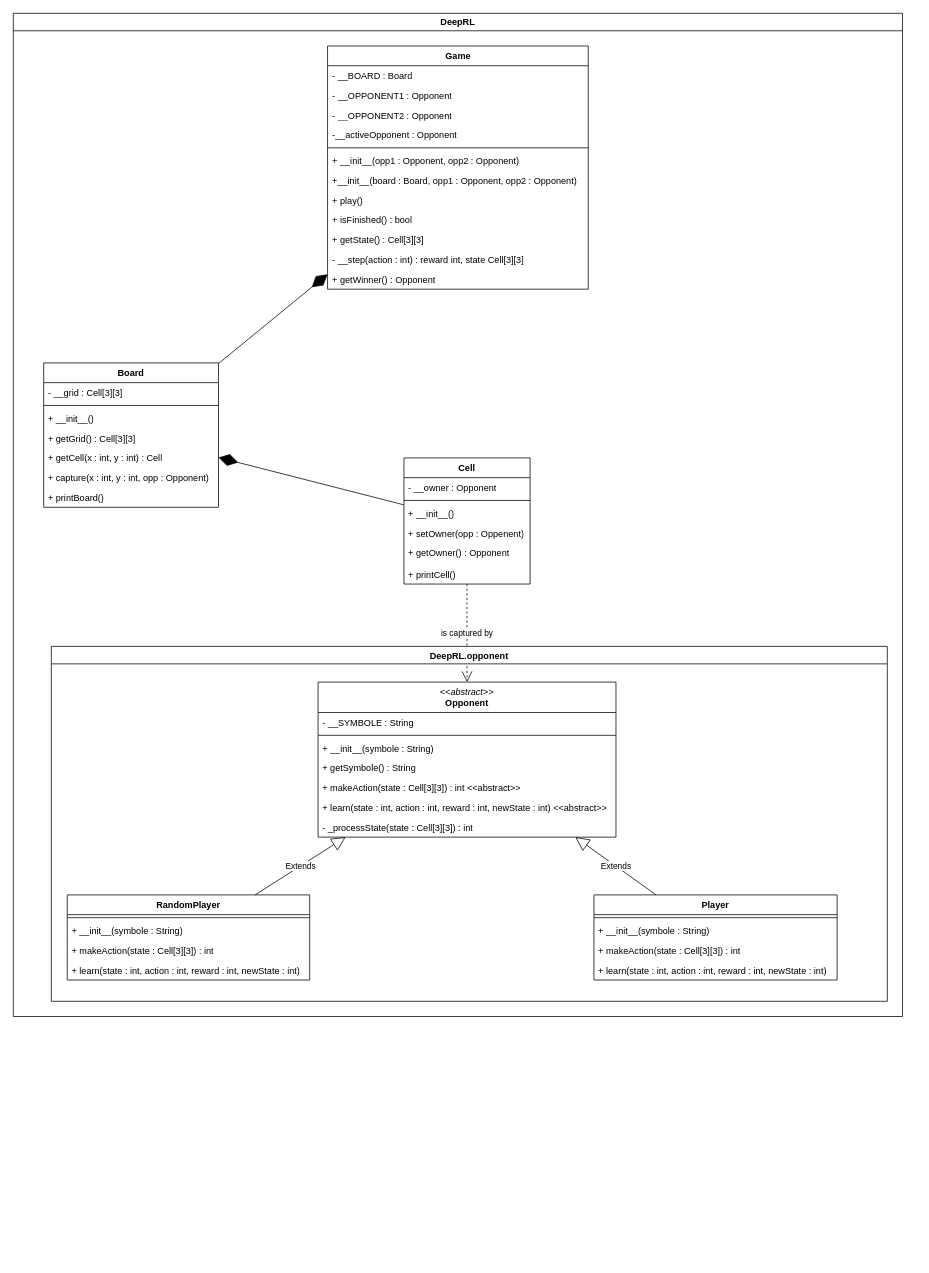
Above: uml/DRL project.drawio in Enzo-Claeyssen/Q-Learning_for_Tic_Tac_Toe (draw.io), before the change. Source tidied: cells renumbered, new cells numbered last; positions are measured from the earlier drawing's top-left corner, leaving out a move shared by most shapes. Both pictures are drawn from the tidied source at 76%, with x=0, y=0 at pixel (13, 13).
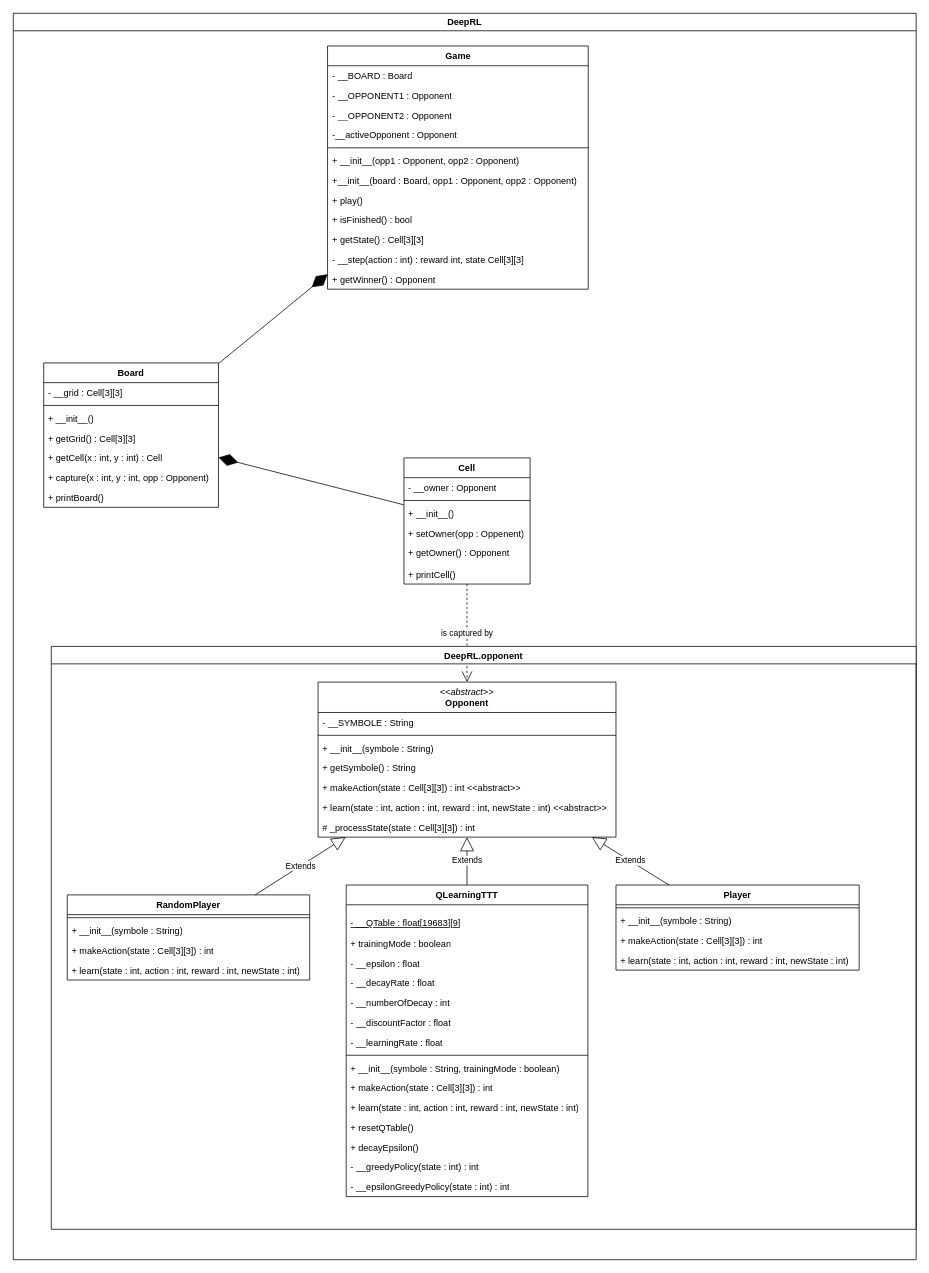
The same diagram, later.

Commit message (it also covers changes not shown here):
Finished UML and Doc for v0.1 and v0.2

Unchanged cells that the change refers to:
```xml
<mxCell id="45" value="&lt;span style=&quot;font-weight: normal;&quot;&gt;&lt;i&gt;&amp;lt;&amp;lt;abstract&amp;gt;&amp;gt;&lt;/i&gt;&lt;/span&gt;&lt;br&gt;Opponent" style="swimlane;fontStyle=1;align=center;verticalAlign=top;horizontal=1;startSize=40;whiteSpace=wrap;html=1;" parent="34" vertex="1">
  <mxGeometry x="351" y="47" width="392" height="204" as="geometry" />
</mxCell>
```

What changed in the source:
```diff
@@
     <mxCell id="2" value="DeepRL" style="swimlane;" parent="1" vertex="1">
-      <mxGeometry width="1170" height="1320" as="geometry" />
+      <mxGeometry width="1188" height="1640" as="geometry" />
     </mxCell>
@@
     <mxCell id="34" value="DeepRL.opponent" style="swimlane;" parent="2" vertex="1">
-      <mxGeometry x="50" y="833" width="1100" height="467" as="geometry" />
+      <mxGeometry x="50" y="833" width="1138" height="767" as="geometry" />
     </mxCell>
@@
     <mxCell id="40" value="Player" style="swimlane;fontStyle=1;align=center;verticalAlign=top;horizontal=1;startSize=26;whiteSpace=wrap;html=1;" parent="34" vertex="1">
-      <mxGeometry x="714" y="327" width="320" height="112" as="geometry" />
+      <mxGeometry x="743" y="314" width="320" height="112" as="geometry" />
     </mxCell>
@@
-    <mxCell id="52" value="- _processState(state : Cell[3][3]) : int" style="text;strokeColor=none;fillColor=none;align=left;verticalAlign=top;spacingLeft=4;spacingRight=4;overflow=hidden;whiteSpace=wrap;html=1;" parent="45" vertex="1">
+    <mxCell id="52" value="# _processState(state : Cell[3][3]) : int" style="text;strokeColor=none;fillColor=none;align=left;verticalAlign=top;spacingLeft=4;spacingRight=4;overflow=hidden;whiteSpace=wrap;html=1;" parent="45" vertex="1">
       <mxGeometry y="178" width="392" height="26" as="geometry" />
     </mxCell>
@@
+    <mxCell id="55" value="QLearningTTT" style="swimlane;fontStyle=1;align=center;verticalAlign=top;horizontal=1;startSize=26;whiteSpace=wrap;html=1;" parent="34" vertex="1">
+      <mxGeometry x="388" y="314" width="318" height="410" as="geometry" />
+    </mxCell>
+    <mxCell id="56" value="&lt;p style=&quot;line-height: 100%;&quot;&gt;&lt;u&gt;- __QTable : float[19683][9]&lt;/u&gt;&lt;/p&gt;" style="text;strokeColor=none;fillColor=none;align=left;verticalAlign=top;spacingLeft=4;spacingRight=4;overflow=hidden;whiteSpace=wrap;html=1;" parent="55" vertex="1">
+      <mxGeometry y="26" width="318" height="38" as="geometry" />
+    </mxCell>
+    <mxCell id="57" value="+ trainingMode : boolean" style="text;strokeColor=none;fillColor=none;align=left;verticalAlign=top;spacingLeft=4;spacingRight=4;overflow=hidden;whiteSpace=wrap;html=1;" parent="55" vertex="1">
+      <mxGeometry y="64" width="318" height="26" as="geometry" />
+    </mxCell>
+    <mxCell id="58" value="- __epsilon : float" style="text;strokeColor=none;fillColor=none;align=left;verticalAlign=top;spacingLeft=4;spacingRight=4;overflow=hidden;whiteSpace=wrap;html=1;" parent="55" vertex="1">
+      <mxGeometry y="90" width="318" height="26" as="geometry" />
+    </mxCell>
+    <mxCell id="59" value="- __decayRate : float" style="text;strokeColor=none;fillColor=none;align=left;verticalAlign=top;spacingLeft=4;spacingRight=4;overflow=hidden;whiteSpace=wrap;html=1;" parent="55" vertex="1">
+      <mxGeometry y="116" width="318" height="26" as="geometry" />
+    </mxCell>
+    <mxCell id="60" value="- __numberOfDecay : int" style="text;strokeColor=none;fillColor=none;align=left;verticalAlign=top;spacingLeft=4;spacingRight=4;overflow=hidden;whiteSpace=wrap;html=1;" parent="55" vertex="1">
+      <mxGeometry y="142" width="318" height="26" as="geometry" />
+    </mxCell>
+    <mxCell id="61" value="- __discountFactor : float" style="text;strokeColor=none;fillColor=none;align=left;verticalAlign=top;spacingLeft=4;spacingRight=4;overflow=hidden;whiteSpace=wrap;html=1;" parent="55" vertex="1">
+      <mxGeometry y="168" width="318" height="26" as="geometry" />
+    </mxCell>
+    <mxCell id="62" value="- __learningRate : float" style="text;strokeColor=none;fillColor=none;align=left;verticalAlign=top;spacingLeft=4;spacingRight=4;overflow=hidden;whiteSpace=wrap;html=1;" parent="55" vertex="1">
+      <mxGeometry y="194" width="318" height="26" as="geometry" />
+    </mxCell>
+    <mxCell id="63" style="line;strokeWidth=1;fillColor=none;align=left;verticalAlign=middle;spacingTop=-1;spacingLeft=3;spacingRight=3;labelPosition=right;strokeColor=inherit;" parent="55" vertex="1">
+      <mxGeometry y="220" width="318" height="8" as="geometry" />
+    </mxCell>
+    <mxCell id="64" value="+ __init__(symbole : String, trainingMode : boolean)" style="text;strokeColor=none;fillColor=none;align=left;verticalAlign=top;spacingLeft=4;spacingRight=4;overflow=hidden;whiteSpace=wrap;html=1;" parent="55" vertex="1">
+      <mxGeometry y="228" width="318" height="26" as="geometry" />
+    </mxCell>
+    <mxCell id="65" value="+ makeAction(state : Cell[3][3]) : int" style="text;strokeColor=none;fillColor=none;align=left;verticalAlign=top;spacingLeft=4;spacingRight=4;overflow=hidden;whiteSpace=wrap;html=1;" parent="55" vertex="1">
+      <mxGeometry y="254" width="318" height="26" as="geometry" />
+    </mxCell>
+    <mxCell id="66" value="+ learn(state : int, action : int, reward : int, newState : int)" style="text;strokeColor=none;fillColor=none;align=left;verticalAlign=top;spacingLeft=4;spacingRight=4;overflow=hidden;whiteSpace=wrap;html=1;" parent="55" vertex="1">
+      <mxGeometry y="280" width="318" height="26" as="geometry" />
+    </mxCell>
+    <mxCell id="67" value="+ resetQTable()" style="text;strokeColor=none;fillColor=none;align=left;verticalAlign=top;spacingLeft=4;spacingRight=4;overflow=hidden;whiteSpace=wrap;html=1;" parent="55" vertex="1">
+      <mxGeometry y="306" width="318" height="26" as="geometry" />
+    </mxCell>
+    <mxCell id="68" value="+ decayEpsilon()" style="text;strokeColor=none;fillColor=none;align=left;verticalAlign=top;spacingLeft=4;spacingRight=4;overflow=hidden;whiteSpace=wrap;html=1;" parent="55" vertex="1">
+      <mxGeometry y="332" width="318" height="26" as="geometry" />
+    </mxCell>
+    <mxCell id="69" value="- __greedyPolicy(state : int) : int" style="text;strokeColor=none;fillColor=none;align=left;verticalAlign=top;spacingLeft=4;spacingRight=4;overflow=hidden;whiteSpace=wrap;html=1;" parent="55" vertex="1">
+      <mxGeometry y="358" width="318" height="26" as="geometry" />
+    </mxCell>
+    <mxCell id="70" value="&lt;div&gt;- __epsilonGreedyPolicy(state : int) : int&lt;br&gt;&lt;/div&gt;" style="text;strokeColor=none;fillColor=none;align=left;verticalAlign=top;spacingLeft=4;spacingRight=4;overflow=hidden;whiteSpace=wrap;html=1;" parent="55" vertex="1">
+      <mxGeometry y="384" width="318" height="26" as="geometry" />
+    </mxCell>
+    <mxCell id="71" value="Extends" style="endArrow=block;endSize=16;endFill=0;html=1;rounded=0;" parent="34" edge="1" source="55" target="45">
+      <mxGeometry relative="1" as="geometry" />
+    </mxCell>
```
